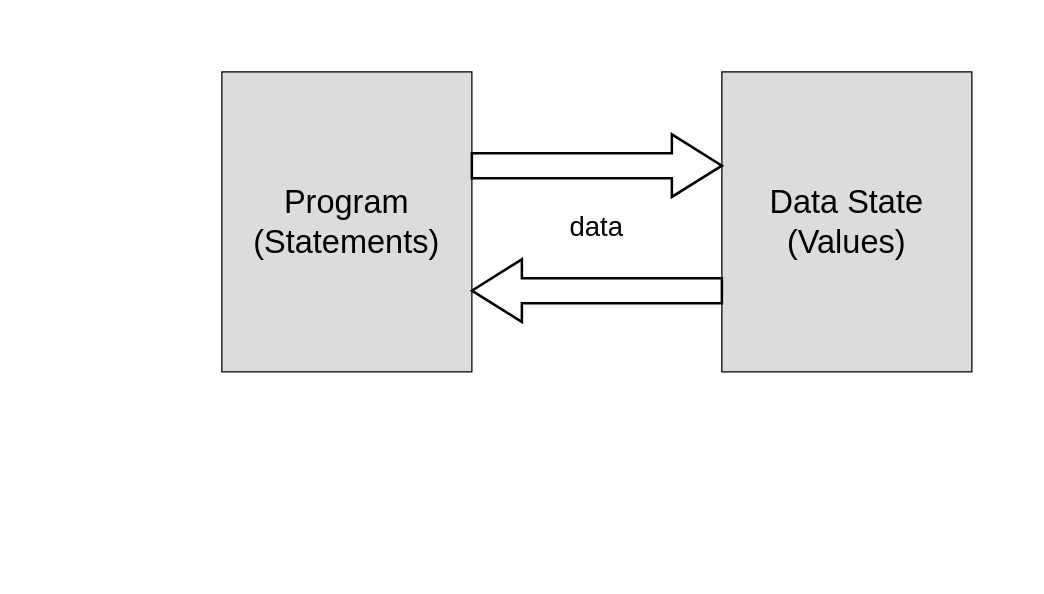
Earlier version of the draw.io diagram page "programs" (16 of 18) of docs/diagrams.drawio (kushnertodd/basic-data-science-python). Source tidied: cells renumbered, new cells numbered last; positions are measured from the earlier drawing's top-left corner, leaving out a move shared by most shapes. Both pictures are drawn from the tidied source at 125%, with x=0, y=0 at pixel (171, 21).
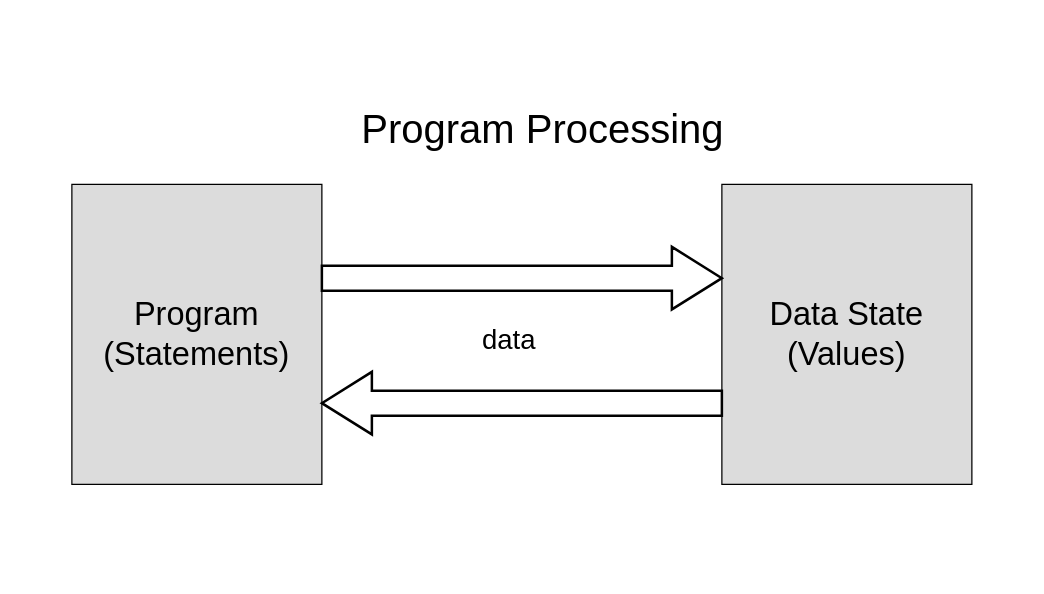
After the change.

Diff of the diagram source:
```diff
@@
 <mxGraphModel>
   <root>
     <mxCell id="0" />
     <mxCell id="1" parent="0" />
     <mxCell id="2" style="rounded=0;whiteSpace=wrap;html=1;opacity=0;" parent="1" vertex="1">
-      <mxGeometry width="680" height="320" as="geometry" />
+      <mxGeometry x="-120" y="40" width="790" height="400" as="geometry" />
     </mxCell>
     <mxCell id="3" value="&lt;font style=&quot;font-size: 26px;&quot;&gt;Program&lt;/font&gt;&lt;div&gt;&lt;font style=&quot;font-size: 26px;&quot;&gt;(Statements)&lt;/font&gt;&lt;/div&gt;" style="rounded=0;whiteSpace=wrap;html=1;fillColor=light-dark(#dcdcdc, #ededed);" parent="1" vertex="1">
-      <mxGeometry x="40" y="40" width="200" height="240" as="geometry" />
+      <mxGeometry x="-80" y="130" width="200" height="240" as="geometry" />
     </mxCell>
     <mxCell id="4" value="&lt;font style=&quot;font-size: 26px;&quot;&gt;Data State&lt;/font&gt;&lt;div&gt;&lt;font style=&quot;font-size: 26px;&quot;&gt;(Values)&lt;/font&gt;&lt;/div&gt;" style="rounded=0;whiteSpace=wrap;html=1;fillColor=light-dark(#dcdcdc, #ededed);" parent="1" vertex="1">
-      <mxGeometry x="440" y="40" width="200" height="240" as="geometry" />
+      <mxGeometry x="440" y="130" width="200" height="240" as="geometry" />
     </mxCell>
     <mxCell id="5" style="verticalLabelPosition=bottom;verticalAlign=top;html=1;strokeWidth=2;shape=mxgraph.arrows2.arrow;dy=0.6;dx=40;notch=0;" parent="1" vertex="1">
-      <mxGeometry x="240" y="90" width="200" height="50" as="geometry" />
+      <mxGeometry x="120" y="180" width="320" height="50" as="geometry" />
     </mxCell>
     <mxCell id="6" style="verticalLabelPosition=bottom;verticalAlign=top;html=1;strokeWidth=2;shape=mxgraph.arrows2.arrow;dy=0.6;dx=40;notch=0;rotation=-180;" parent="1" vertex="1">
-      <mxGeometry x="240" y="190" width="200" height="50" as="geometry" />
+      <mxGeometry x="120" y="280" width="320" height="50" as="geometry" />
     </mxCell>
     <mxCell id="7" value="&lt;font style=&quot;font-size: 22px;&quot;&gt;data&lt;/font&gt;" style="text;html=1;whiteSpace=wrap;strokeColor=none;fillColor=none;align=center;verticalAlign=middle;rounded=0;" parent="1" vertex="1">
-      <mxGeometry x="310" y="150" width="60" height="30" as="geometry" />
+      <mxGeometry x="240" y="240" width="60" height="30" as="geometry" />
     </mxCell>
+    <mxCell id="8" value="Program Processing" style="text;whiteSpace=wrap;fontSize=32;" parent="1" vertex="1">
+      <mxGeometry x="150" y="60" width="340" height="40" as="geometry" />
+    </mxCell>
   </root>
 </mxGraphModel>
```
